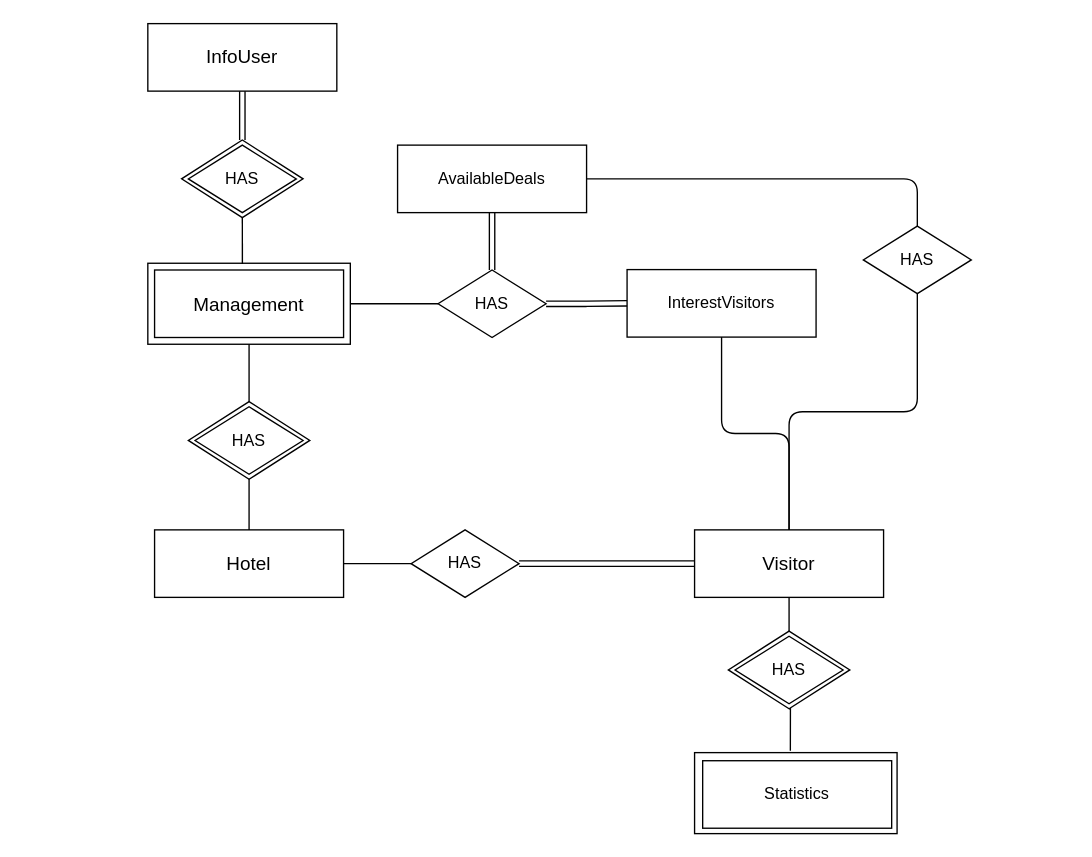
Before: page "сис сущ" (10 of 13) of lab_01/docs/ppo.drawio in kpirap18/BMSTU-Software-Design-sem6, a draw.io diagram. Source tidied: cells renumbered, new cells numbered last; positions are measured from the earlier drawing's top-left corner, leaving out a move shared by most shapes. Both pictures are drawn from the tidied source at 135%, with x=0, y=0 at pixel (147, 23).
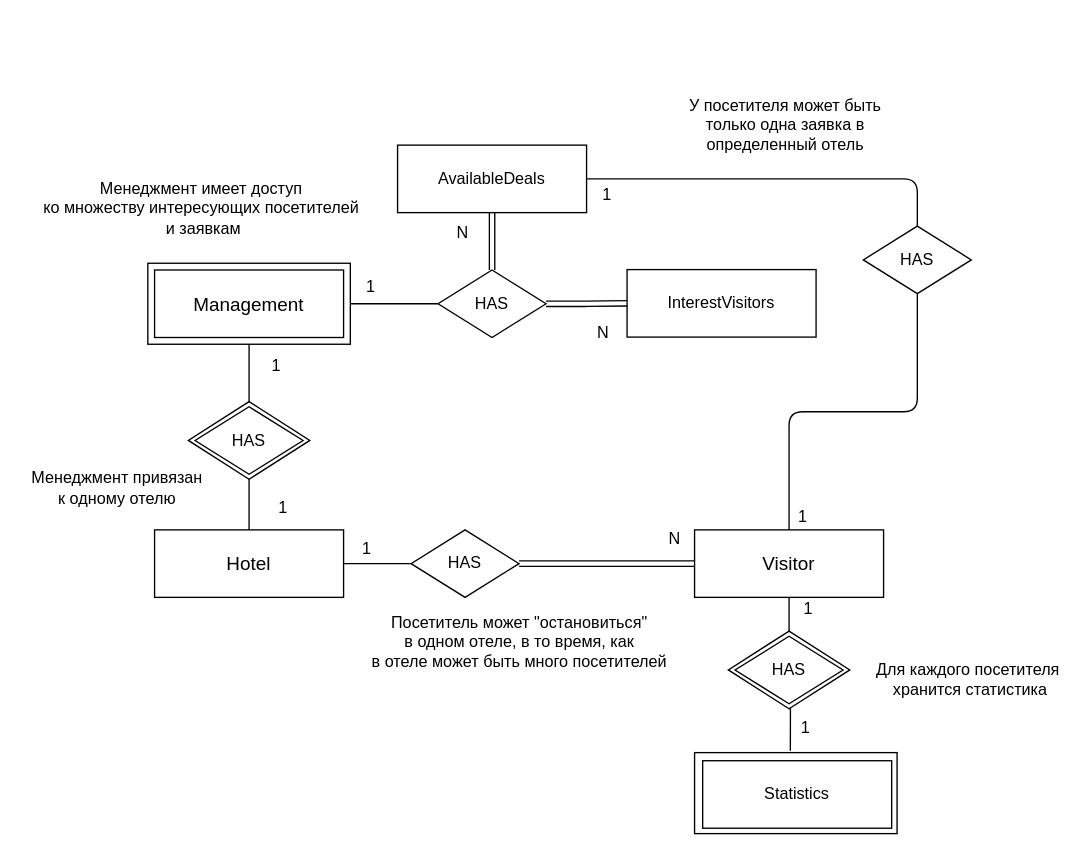
After the change.

Unchanged cells that the change refers to:
```xml
<mxCell id="9" value="&lt;span style=&quot;font-size: 14px&quot;&gt;Visitor&lt;/span&gt;" style="whiteSpace=wrap;html=1;" parent="1" vertex="1">
  <mxGeometry x="405" y="375" width="140" height="50" as="geometry" />
</mxCell>
<mxCell id="12" value="InterestVisitors" style="whiteSpace=wrap;html=1;" parent="1" vertex="1">
  <mxGeometry x="355" y="182.2" width="140" height="50" as="geometry" />
</mxCell>
<mxCell id="25" style="whiteSpace=wrap;html=1;" parent="24" vertex="1">
  <mxGeometry width="150" height="60" as="geometry" />
</mxCell>
```

The edit, as a diff of the source:
```diff
@@
-    <mxCell id="2" value="&lt;font style=&quot;font-size: 14px&quot;&gt;InfoUser&lt;/font&gt;" style="whiteSpace=wrap;html=1;" parent="1" vertex="1">
-      <mxGeometry width="140" height="50" as="geometry" />
-    </mxCell>
@@
-    <mxCell id="7" style="edgeStyle=orthogonalEdgeStyle;rounded=1;jettySize=auto;html=1;exitX=0.5;exitY=0;exitDx=0;exitDy=0;entryX=0.5;entryY=1;entryDx=0;entryDy=0;endArrow=none;endFill=0;" parent="1" edge="1" source="9" target="12">
-      <mxGeometry relative="1" as="geometry" />
-    </mxCell>
@@
-    <mxCell id="21" style="group;" parent="1" vertex="1">
-      <mxGeometry x="25" y="86.2" width="90" height="57.5" as="geometry" />
-    </mxCell>
-    <mxCell id="22" style="rhombus;whiteSpace=wrap;html=1;" parent="21" vertex="1">
-      <mxGeometry width="90" height="57.5" as="geometry" />
-    </mxCell>
-    <mxCell id="23" value="HAS" style="rhombus;whiteSpace=wrap;html=1;" parent="21" vertex="1">
-      <mxGeometry x="5" y="3.8" width="80" height="50" as="geometry" />
-    </mxCell>
@@
-    <mxCell id="36" style="edgeStyle=orthogonalEdgeStyle;rounded=0;jettySize=auto;html=1;exitX=0.5;exitY=1;exitDx=0;exitDy=0;entryX=0.467;entryY=0.008;entryDx=0;entryDy=0;entryPerimeter=0;startArrow=none;startFill=0;endArrow=none;endFill=0;" parent="1" edge="1" source="22" target="25">
-      <mxGeometry relative="1" as="geometry" />
-    </mxCell>
-    <mxCell id="37" style="edgeStyle=orthogonalEdgeStyle;rounded=0;jettySize=auto;html=1;exitX=0.5;exitY=0;exitDx=0;exitDy=0;entryX=0.5;entryY=1;entryDx=0;entryDy=0;startArrow=none;startFill=0;endArrow=none;endFill=0;shape=link;" parent="1" edge="1" source="22" target="2">
-      <mxGeometry relative="1" as="geometry" />
-    </mxCell>
@@
+    <mxCell id="39" value="N" style="text;html=1;align=center;verticalAlign=middle;" parent="1" vertex="1">
+      <mxGeometry x="327" y="219.5" width="19" height="18" as="geometry" />
+    </mxCell>
+    <mxCell id="40" value="N" style="text;html=1;align=center;verticalAlign=middle;" parent="1" vertex="1">
+      <mxGeometry x="380" y="373" width="19" height="18" as="geometry" />
+    </mxCell>
+    <mxCell id="41" value="1" style="text;html=1;align=center;verticalAlign=middle;" parent="1" vertex="1">
+      <mxGeometry x="480" y="425" width="17" height="18" as="geometry" />
+    </mxCell>
+    <mxCell id="42" value="1" style="text;html=1;align=center;verticalAlign=middle;" parent="1" vertex="1">
+      <mxGeometry x="478" y="513" width="17" height="18" as="geometry" />
+    </mxCell>
+    <mxCell id="43" value="1" style="text;html=1;align=center;verticalAlign=middle;" parent="1" vertex="1">
+      <mxGeometry x="476" y="357" width="17" height="18" as="geometry" />
+    </mxCell>
+    <mxCell id="44" value="1" style="text;html=1;align=center;verticalAlign=middle;" parent="1" vertex="1">
+      <mxGeometry x="331" y="118" width="17" height="18" as="geometry" />
+    </mxCell>
+    <mxCell id="45" value="1" style="text;html=1;align=center;verticalAlign=middle;" parent="1" vertex="1">
+      <mxGeometry x="156" y="186" width="17" height="18" as="geometry" />
+    </mxCell>
+    <mxCell id="46" value="1" style="text;html=1;align=center;verticalAlign=middle;" parent="1" vertex="1">
+      <mxGeometry x="153" y="380" width="17" height="18" as="geometry" />
+    </mxCell>
+    <mxCell id="47" value="1" style="text;html=1;align=center;verticalAlign=middle;" parent="1" vertex="1">
+      <mxGeometry x="91" y="350" width="17" height="18" as="geometry" />
+    </mxCell>
+    <mxCell id="48" value="1" style="text;html=1;align=center;verticalAlign=middle;" parent="1" vertex="1">
+      <mxGeometry x="86" y="245" width="17" height="18" as="geometry" />
+    </mxCell>
+    <mxCell id="49" value="N" style="text;html=1;align=center;verticalAlign=middle;" parent="1" vertex="1">
+      <mxGeometry x="223" y="146" width="19" height="18" as="geometry" />
+    </mxCell>
+    <mxCell id="50" value="Менеджмент привязан&lt;br&gt;к одному отелю" style="text;html=1;align=center;verticalAlign=middle;" parent="1" vertex="1">
+      <mxGeometry x="-92" y="328" width="137" height="32" as="geometry" />
+    </mxCell>
+    <mxCell id="51" value="Менеджмент имеет доступ&amp;nbsp;&lt;br&gt;ко множеству интересующих посетителей&amp;nbsp;&lt;br&gt;и заявкам" style="text;html=1;align=center;verticalAlign=middle;" parent="1" vertex="1">
+      <mxGeometry x="-83" y="114" width="247" height="46" as="geometry" />
+    </mxCell>
+    <mxCell id="52" value="Посетитель может &quot;остановиться&quot;&lt;br&gt;в одном отеле, в то время, как&lt;br&gt;в отеле может быть много посетителей" style="text;html=1;align=center;verticalAlign=middle;" parent="1" vertex="1">
+      <mxGeometry x="160" y="435" width="229" height="46" as="geometry" />
+    </mxCell>
+    <mxCell id="53" value="Для каждого посетителя&amp;nbsp;&lt;br&gt;хранится статистика" style="text;html=1;align=center;verticalAlign=middle;" parent="1" vertex="1">
+      <mxGeometry x="534" y="470" width="149" height="32" as="geometry" />
+    </mxCell>
+    <mxCell id="54" value="У посетителя может быть&lt;br&gt;только одна заявка в &lt;br&gt;определенный отель" style="text;html=1;align=center;verticalAlign=middle;" parent="1" vertex="1">
+      <mxGeometry x="396" y="52" width="152" height="46" as="geometry" />
+    </mxCell>
```
